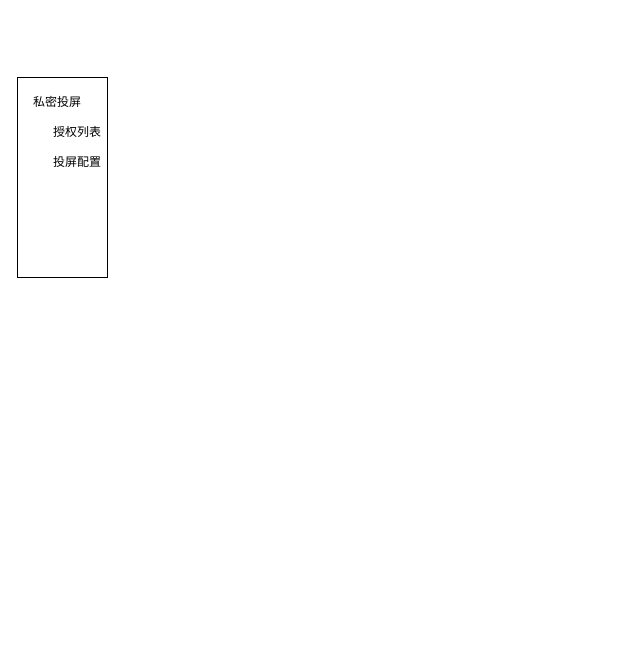
daniel-7d/draw keeps this draw.io diagram as xzzh/海豚星空投屏后台.drawio. Above is the earlier version. Source tidied: cells renumbered, new cells numbered last; positions are measured from the earlier drawing's top-left corner, leaving out a move shared by most shapes. Both pictures are drawn from the tidied source at 100%, with x=0, y=0 at pixel (17, 77).
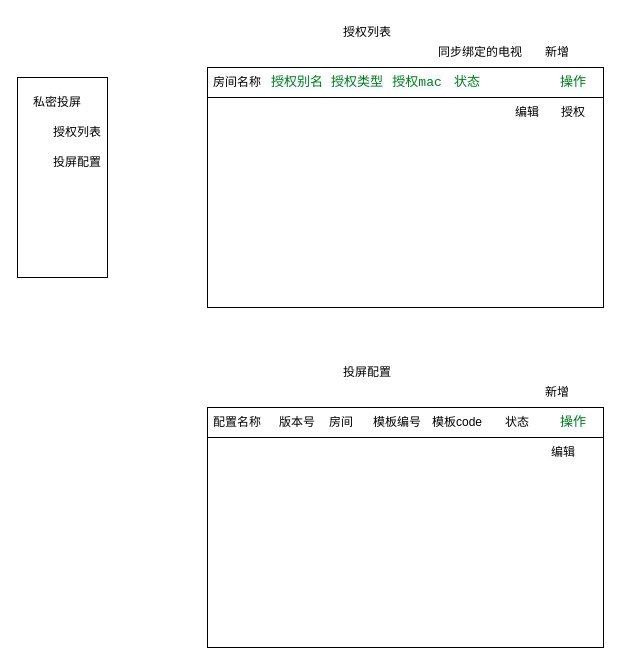
After the change.

Commit message (it also covers changes not shown here):
更新海豚星空投屏后台.drawio

Change to the diagram source:
```diff
@@
+    <mxCell id="6" style="rounded=0;whiteSpace=wrap;html=1;" parent="1" vertex="1">
+      <mxGeometry x="190" y="-10" width="396" height="240" as="geometry" />
+    </mxCell>
+    <mxCell id="7" value="授权列表" style="text;html=1;align=center;verticalAlign=middle;whiteSpace=wrap;rounded=0;" parent="1" vertex="1">
+      <mxGeometry x="320" y="-60" width="60" height="30" as="geometry" />
+    </mxCell>
+    <mxCell id="8" style="rounded=0;whiteSpace=wrap;html=1;" parent="1" vertex="1">
+      <mxGeometry x="190" y="-10" width="396" height="30" as="geometry" />
+    </mxCell>
+    <mxCell id="9" value="房间名称" style="text;html=1;align=center;verticalAlign=middle;whiteSpace=wrap;rounded=0;" parent="1" vertex="1">
+      <mxGeometry x="190" y="-10" width="60" height="30" as="geometry" />
+    </mxCell>
+    <mxCell id="10" value="&lt;pre style=&quot;background-color:#ffffff;color:#080808;font-family:'宋体',monospace;font-size:9.8pt;&quot;&gt;&lt;span style=&quot;color:#067d17;background-color:#f7faff;&quot;&gt;授权别名&lt;/span&gt;&lt;/pre&gt;" style="text;html=1;align=center;verticalAlign=middle;whiteSpace=wrap;rounded=0;" parent="1" vertex="1">
+      <mxGeometry x="250" y="-10" width="60" height="30" as="geometry" />
+    </mxCell>
+    <mxCell id="11" value="&lt;pre style=&quot;background-color: rgb(255, 255, 255); color: rgb(8, 8, 8); font-family: 宋体, monospace; font-size: 9.8pt;&quot;&gt;&lt;pre style=&quot;font-family: 宋体, monospace; font-size: 9.8pt;&quot;&gt;&lt;span style=&quot;color:#067d17;background-color:#f7faff;&quot;&gt;授权类型&lt;/span&gt;&lt;/pre&gt;&lt;/pre&gt;" style="text;html=1;align=center;verticalAlign=middle;whiteSpace=wrap;rounded=0;" parent="1" vertex="1">
+      <mxGeometry x="310" y="-10" width="60" height="30" as="geometry" />
+    </mxCell>
+    <mxCell id="12" value="&lt;pre style=&quot;background-color: rgb(255, 255, 255); color: rgb(8, 8, 8); font-family: 宋体, monospace; font-size: 9.8pt;&quot;&gt;&lt;pre style=&quot;font-family: 宋体, monospace; font-size: 9.8pt;&quot;&gt;&lt;span style=&quot;color:#067d17;background-color:#f7faff;&quot;&gt;授权mac&lt;/span&gt;&lt;/pre&gt;&lt;/pre&gt;" style="text;html=1;align=center;verticalAlign=middle;whiteSpace=wrap;rounded=0;" parent="1" vertex="1">
+      <mxGeometry x="370" y="-10" width="60" height="30" as="geometry" />
+    </mxCell>
+    <mxCell id="13" value="&lt;pre style=&quot;font-family: 宋体, monospace; font-size: 9.8pt; background-color: rgb(255, 255, 255); color: rgb(8, 8, 8);&quot;&gt;&lt;pre style=&quot;font-family: 宋体, monospace; font-size: 9.8pt;&quot;&gt;&lt;font color=&quot;#067d17&quot;&gt;&lt;span style=&quot;background-color: rgb(247, 250, 255);&quot;&gt;状态&lt;/span&gt;&lt;/font&gt;&lt;/pre&gt;&lt;/pre&gt;" style="text;html=1;align=center;verticalAlign=middle;whiteSpace=wrap;rounded=0;" parent="1" vertex="1">
+      <mxGeometry x="420" y="-10" width="60" height="30" as="geometry" />
+    </mxCell>
+    <mxCell id="14" value="&lt;pre style=&quot;font-family: 宋体, monospace; font-size: 9.8pt; background-color: rgb(255, 255, 255); color: rgb(8, 8, 8);&quot;&gt;&lt;pre style=&quot;font-family: 宋体, monospace; font-size: 9.8pt;&quot;&gt;&lt;font color=&quot;#067d17&quot;&gt;&lt;span style=&quot;background-color: rgb(247, 250, 255);&quot;&gt;操作&lt;/span&gt;&lt;/font&gt;&lt;/pre&gt;&lt;/pre&gt;" style="text;html=1;align=center;verticalAlign=middle;whiteSpace=wrap;rounded=0;" parent="1" vertex="1">
+      <mxGeometry x="526" y="-10" width="60" height="30" as="geometry" />
+    </mxCell>
+    <mxCell id="15" value="新增" style="text;html=1;align=center;verticalAlign=middle;whiteSpace=wrap;rounded=0;" parent="1" vertex="1">
+      <mxGeometry x="510" y="-40" width="60" height="30" as="geometry" />
+    </mxCell>
+    <mxCell id="16" value="同步绑定的电视" style="text;html=1;align=center;verticalAlign=middle;whiteSpace=wrap;rounded=0;" parent="1" vertex="1">
+      <mxGeometry x="410" y="-40" width="106" height="30" as="geometry" />
+    </mxCell>
+    <mxCell id="17" value="授权" style="text;html=1;align=center;verticalAlign=middle;whiteSpace=wrap;rounded=0;" parent="1" vertex="1">
+      <mxGeometry x="526" y="20" width="60" height="30" as="geometry" />
+    </mxCell>
+    <mxCell id="18" value="编辑" style="text;html=1;align=center;verticalAlign=middle;whiteSpace=wrap;rounded=0;" parent="1" vertex="1">
+      <mxGeometry x="480" y="20" width="60" height="30" as="geometry" />
+    </mxCell>
+    <mxCell id="19" style="rounded=0;whiteSpace=wrap;html=1;" parent="1" vertex="1">
+      <mxGeometry x="190" y="330" width="396" height="240" as="geometry" />
+    </mxCell>
+    <mxCell id="20" value="投屏配置" style="text;html=1;align=center;verticalAlign=middle;whiteSpace=wrap;rounded=0;" parent="1" vertex="1">
+      <mxGeometry x="320" y="280" width="60" height="30" as="geometry" />
+    </mxCell>
+    <mxCell id="21" style="rounded=0;whiteSpace=wrap;html=1;" parent="1" vertex="1">
+      <mxGeometry x="190" y="330" width="396" height="30" as="geometry" />
+    </mxCell>
+    <mxCell id="22" value="配置名称" style="text;html=1;align=center;verticalAlign=middle;whiteSpace=wrap;rounded=0;" parent="1" vertex="1">
+      <mxGeometry x="190" y="330" width="60" height="30" as="geometry" />
+    </mxCell>
+    <mxCell id="23" value="&lt;pre style=&quot;font-family: 宋体, monospace; font-size: 9.8pt; background-color: rgb(255, 255, 255); color: rgb(8, 8, 8);&quot;&gt;&lt;pre style=&quot;font-family: 宋体, monospace; font-size: 9.8pt;&quot;&gt;&lt;font color=&quot;#067d17&quot;&gt;&lt;span style=&quot;background-color: rgb(247, 250, 255);&quot;&gt;操作&lt;/span&gt;&lt;/font&gt;&lt;/pre&gt;&lt;/pre&gt;" style="text;html=1;align=center;verticalAlign=middle;whiteSpace=wrap;rounded=0;" parent="1" vertex="1">
+      <mxGeometry x="526" y="330" width="60" height="30" as="geometry" />
+    </mxCell>
+    <mxCell id="24" value="编辑" style="text;html=1;align=center;verticalAlign=middle;whiteSpace=wrap;rounded=0;" parent="1" vertex="1">
+      <mxGeometry x="516" y="360" width="60" height="30" as="geometry" />
+    </mxCell>
+    <mxCell id="25" value="新增" style="text;html=1;align=center;verticalAlign=middle;whiteSpace=wrap;rounded=0;" parent="1" vertex="1">
+      <mxGeometry x="510" y="300" width="60" height="30" as="geometry" />
+    </mxCell>
+    <mxCell id="26" value="版本号" style="text;html=1;align=center;verticalAlign=middle;whiteSpace=wrap;rounded=0;" parent="1" vertex="1">
+      <mxGeometry x="250" y="330" width="60" height="30" as="geometry" />
+    </mxCell>
+    <mxCell id="27" value="房间" style="text;html=1;align=center;verticalAlign=middle;whiteSpace=wrap;rounded=0;" parent="1" vertex="1">
+      <mxGeometry x="294" y="330" width="60" height="30" as="geometry" />
+    </mxCell>
+    <mxCell id="28" value="模板编号" style="text;html=1;align=center;verticalAlign=middle;whiteSpace=wrap;rounded=0;" parent="1" vertex="1">
+      <mxGeometry x="350" y="330" width="60" height="30" as="geometry" />
+    </mxCell>
+    <mxCell id="29" value="模板code" style="text;html=1;align=center;verticalAlign=middle;whiteSpace=wrap;rounded=0;" parent="1" vertex="1">
+      <mxGeometry x="410" y="330" width="60" height="30" as="geometry" />
+    </mxCell>
+    <mxCell id="30" value="状态" style="text;html=1;align=center;verticalAlign=middle;whiteSpace=wrap;rounded=0;" parent="1" vertex="1">
+      <mxGeometry x="470" y="330" width="60" height="30" as="geometry" />
+    </mxCell>
```
